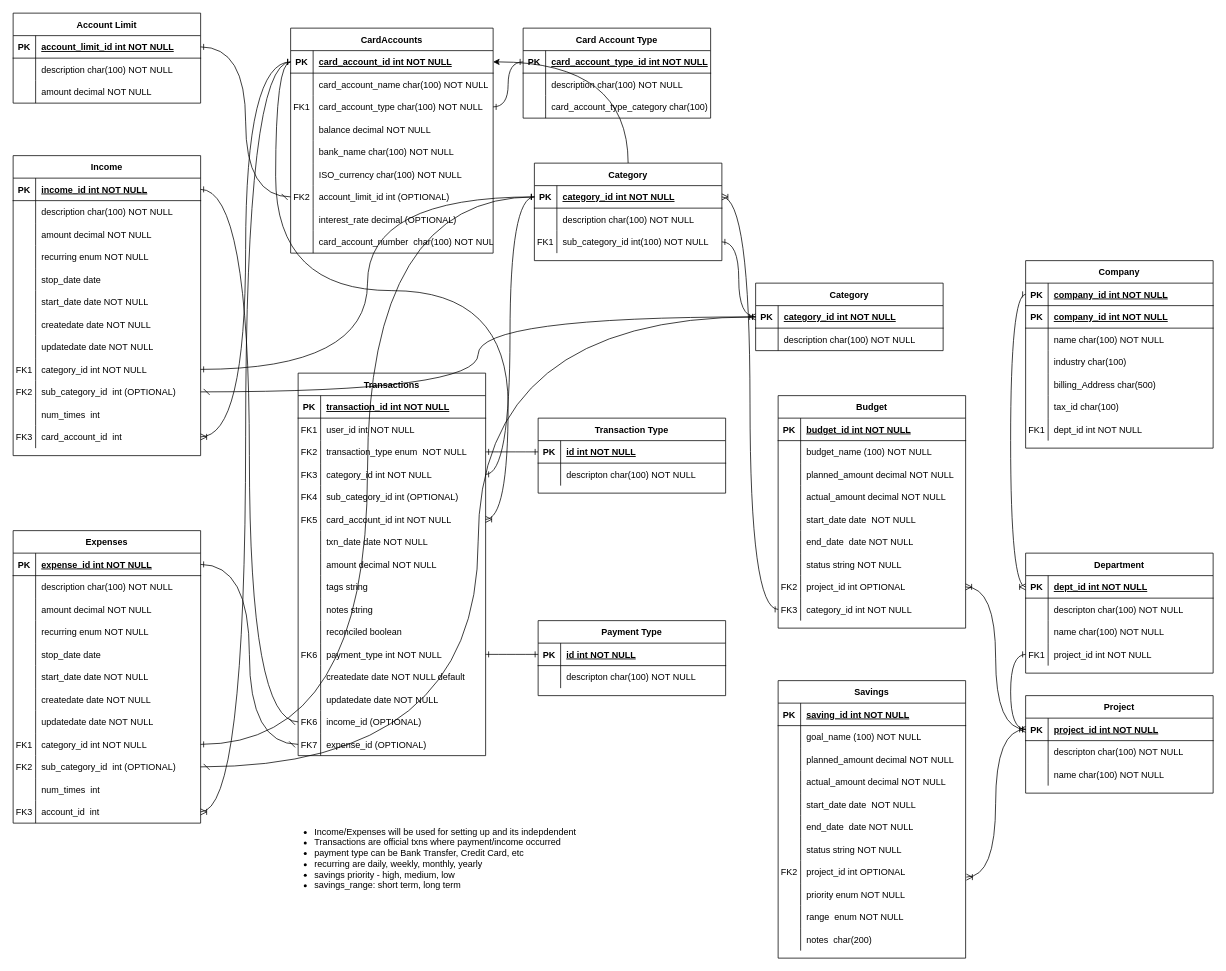
itpreneur/123-Essential-JavaScript-Interview-Questions keeps this draw.io diagram as mockitplace.drawio. Above is the earlier version. Source tidied: cells renumbered, new cells numbered last; positions are measured from the earlier drawing's top-left corner, leaving out a move shared by most shapes. Both pictures are drawn from the tidied source at 75%, with x=0, y=0 at pixel (13, 13).
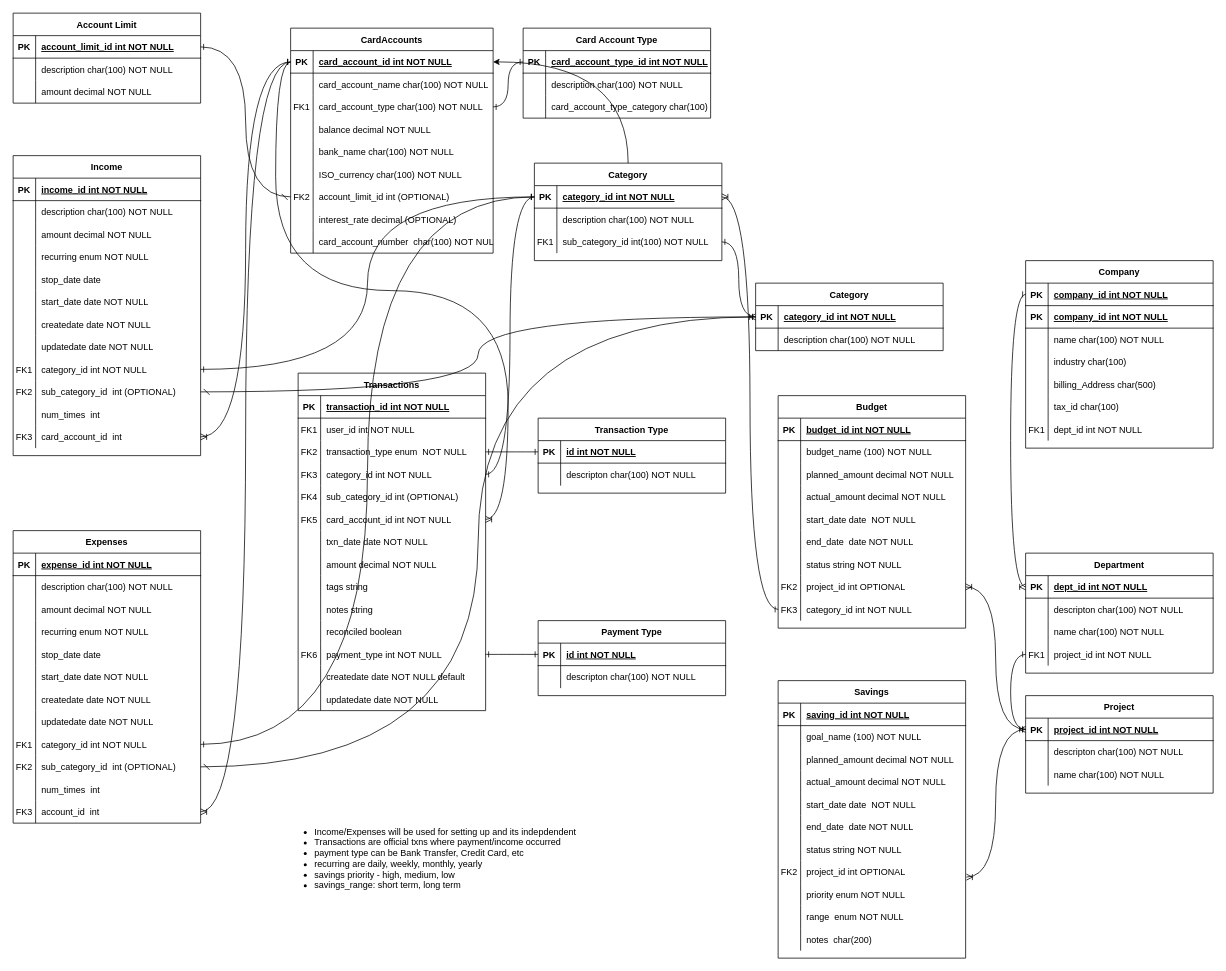
The same diagram, later.

Unchanged cells that the change refers to:
```xml
<mxCell id="96" style="shape=partialRectangle;fillColor=none;points=[[0,0.5],[1,0.5]];portConstraint=eastwest;top=0;left=0;right=0;bottom=1;" parent="95" vertex="1">
  <mxGeometry y="30" width="250" height="30" as="geometry" />
</mxCell>
<mxCell id="133" style="shape=partialRectangle;fillColor=none;points=[[0,0.5],[1,0.5]];portConstraint=eastwest;top=0;left=0;right=0;bottom=1;" parent="132" vertex="1">
  <mxGeometry y="30" width="250" height="30" as="geometry" />
</mxCell>
```

Diff of the diagram source:
```diff
@@
     <mxCell id="2" value="Transactions" style="shape=table;startSize=30;childLayout=tableLayout;rowLines=0;fontStyle=1;align=center;" parent="1" vertex="1">
-      <mxGeometry x="380" y="480" width="250" height="510" as="geometry" />
+      <mxGeometry x="380" y="480" width="250" height="450" as="geometry" />
     </mxCell>
@@
-    <mxCell id="45" style="shape=partialRectangle;fillColor=none;points=[[0,0.5],[1,0.5]];portConstraint=eastwest;top=0;left=0;right=0;bottom=0;" parent="2" vertex="1">
-      <mxGeometry y="450" width="250" height="30" as="geometry" />
-    </mxCell>
-    <mxCell id="46" value="FK6" style="shape=partialRectangle;overflow=hidden;fillColor=none;top=0;left=0;bottom=0;right=0;" parent="45" vertex="1">
-      <mxGeometry width="30" height="30" as="geometry" />
-    </mxCell>
-    <mxCell id="47" value="income_id (OPTIONAL) " style="shape=partialRectangle;overflow=hidden;fillColor=none;top=0;left=0;bottom=0;right=0;align=left;spacingLeft=6;" parent="45" vertex="1">
-      <mxGeometry x="30" width="220" height="30" as="geometry" />
-    </mxCell>
-    <mxCell id="48" style="shape=partialRectangle;fillColor=none;points=[[0,0.5],[1,0.5]];portConstraint=eastwest;top=0;left=0;right=0;bottom=0;" parent="2" vertex="1">
-      <mxGeometry y="480" width="250" height="30" as="geometry" />
-    </mxCell>
-    <mxCell id="49" value="FK7" style="shape=partialRectangle;overflow=hidden;fillColor=none;top=0;left=0;bottom=0;right=0;" parent="48" vertex="1">
-      <mxGeometry width="30" height="30" as="geometry" />
-    </mxCell>
-    <mxCell id="50" value="expense_id (OPTIONAL) " style="shape=partialRectangle;overflow=hidden;fillColor=none;top=0;left=0;bottom=0;right=0;align=left;spacingLeft=6;" parent="48" vertex="1">
-      <mxGeometry x="30" width="220" height="30" as="geometry" />
-    </mxCell>
@@
-    <mxCell id="180" style="edgeStyle=orthogonalEdgeStyle;rounded=0;jettySize=auto;html=1;entryX=1;entryY=0.5;entryDx=0;entryDy=0;curved=1;startArrow=dash;startFill=0;endArrow=ERone;endFill=0;" parent="1" edge="1" source="45" target="96">
-      <mxGeometry relative="1" as="geometry" />
-    </mxCell>
-    <mxCell id="181" style="edgeStyle=orthogonalEdgeStyle;rounded=0;jettySize=auto;html=1;entryX=1;entryY=0.5;entryDx=0;entryDy=0;curved=1;startArrow=dash;startFill=0;endArrow=ERone;endFill=0;" parent="1" edge="1" source="48" target="133">
-      <mxGeometry relative="1" as="geometry" />
-    </mxCell>
```
